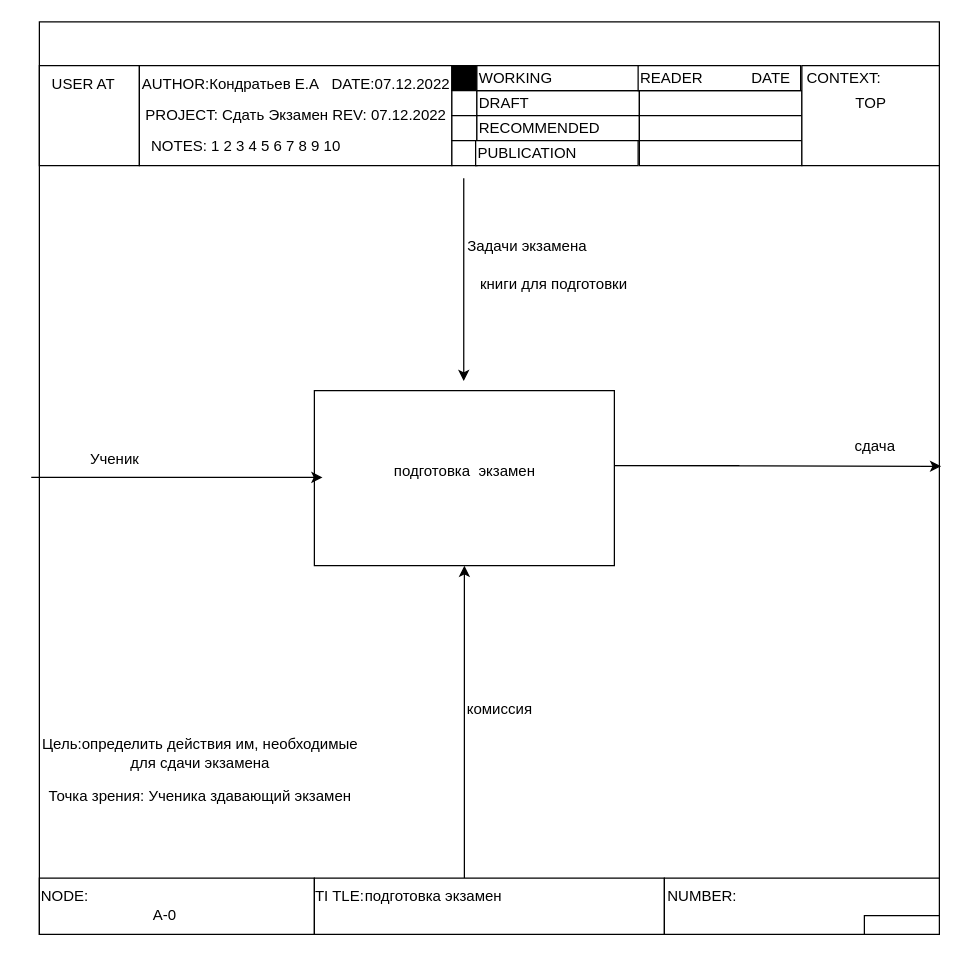
Above: page "Страница 1" (1 of 3) of Диаграз названия.drawio in Ev0or/dontTouch (draw.io), before the change. Source tidied: cells renumbered, new cells numbered last; positions are measured from the earlier drawing's top-left corner, leaving out a move shared by most shapes. Both pictures are drawn from the tidied source at 125%, with x=0, y=0 at pixel (26, 21).
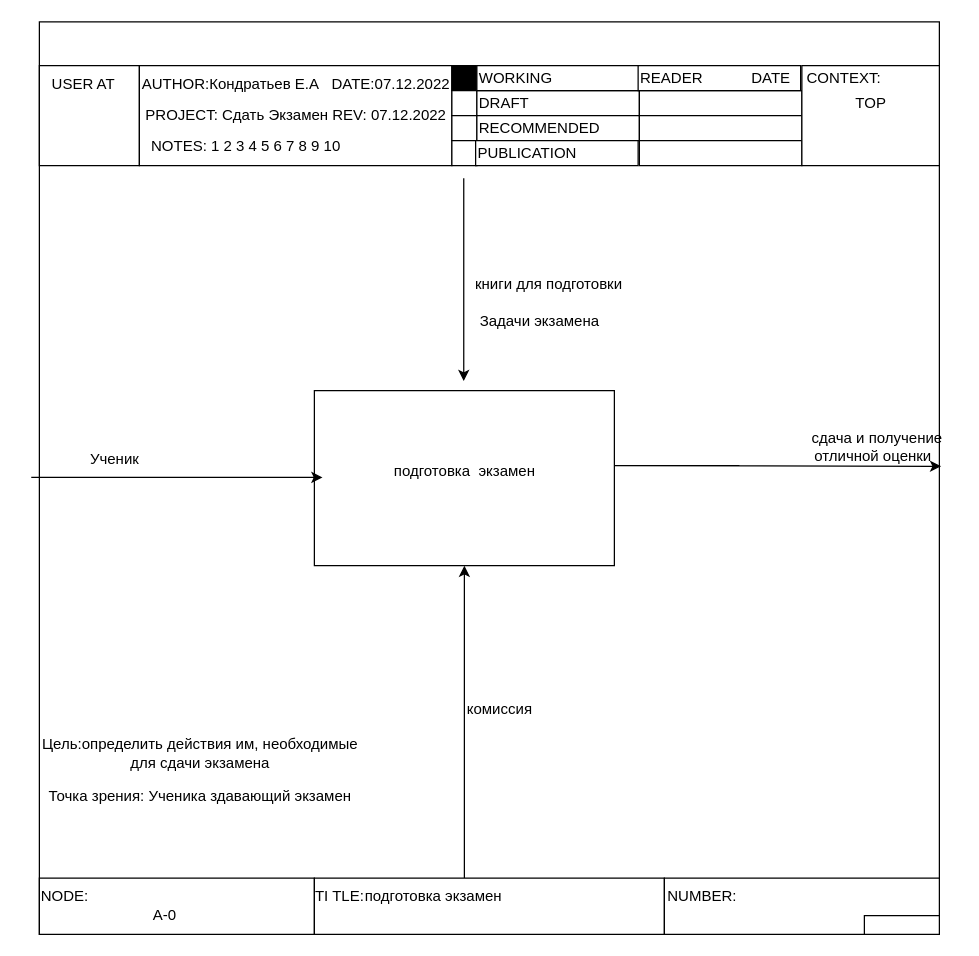
The same page after the edit.

Diff of the diagram source:
```diff
@@
     <mxCell id="38" value="книги для подготовки&amp;nbsp;" style="text;html=1;align=center;verticalAlign=middle;strokeColor=none;fillColor=none;" parent="1" vertex="1">
-      <mxGeometry x="353" y="195" width="140" height="30" as="geometry" />
+      <mxGeometry x="349" y="195" width="140" height="30" as="geometry" />
     </mxCell>
     <mxCell id="39" value="Задачи экзамена" style="text;html=1;align=center;verticalAlign=middle;strokeColor=none;fillColor=none;" parent="1" vertex="1">
-      <mxGeometry x="340" y="165" width="120" height="30" as="geometry" />
+      <mxGeometry x="350" y="225" width="120" height="30" as="geometry" />
     </mxCell>
-    <mxCell id="40" value="сдача&amp;nbsp;" style="text;html=1;align=center;verticalAlign=middle;strokeColor=none;fillColor=none;" parent="1" vertex="1">
-      <mxGeometry x="650" y="325" width="60" height="30" as="geometry" />
+    <mxCell id="40" value="сдача и получение &lt;br&gt;отличной оценки&amp;nbsp;&amp;nbsp;" style="text;html=1;align=center;verticalAlign=middle;strokeColor=none;fillColor=none;" parent="1" vertex="1">
+      <mxGeometry x="615" y="320" width="130" height="40" as="geometry" />
     </mxCell>
```
